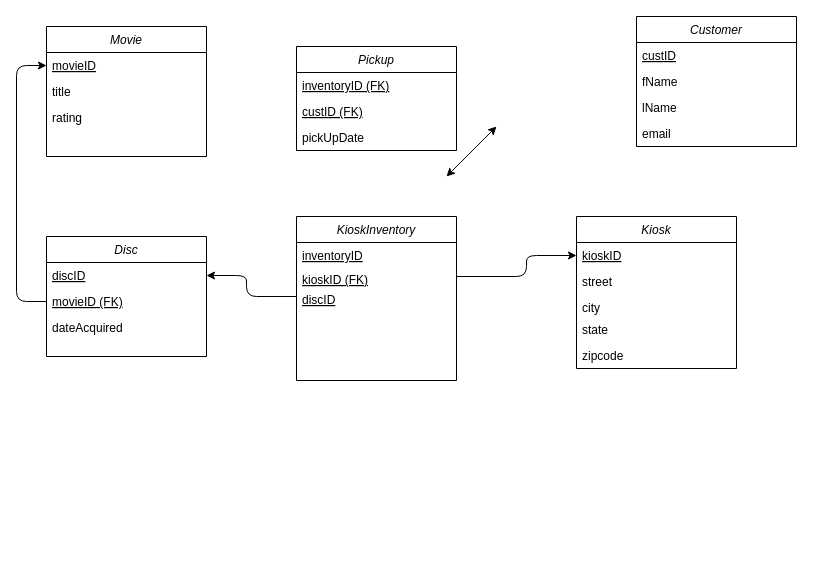
Above: HW2.drawio in greermp/7212 (draw.io), before the change. Source tidied: cells renumbered, new cells numbered last; positions are measured from the earlier drawing's top-left corner, leaving out a move shared by most shapes. Both pictures are drawn from the tidied source at 100%, with x=0, y=0 at pixel (16, 16).
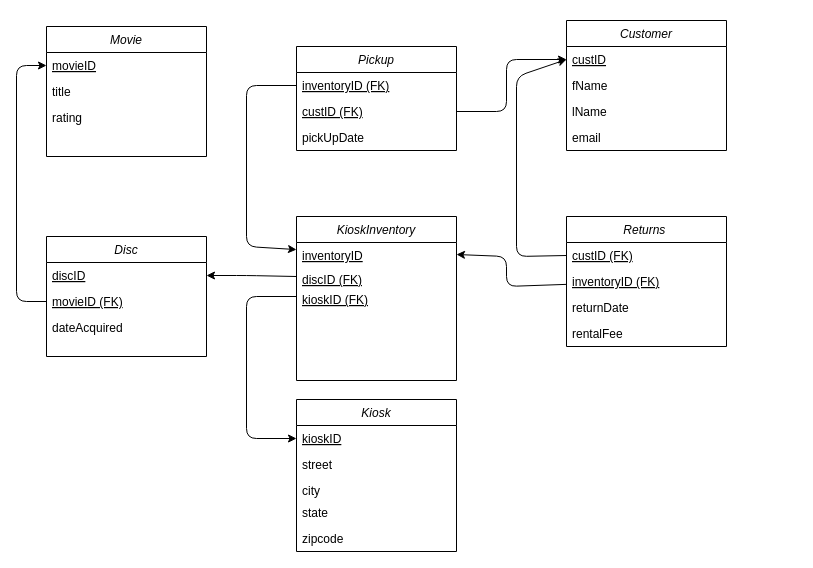
The same diagram, later.

Unchanged cells that the change refers to:
```xml
<mxCell id="6" value="KioskInventory" style="swimlane;fontStyle=2;align=center;verticalAlign=top;horizontal=1;startSize=26;rounded=0;shadow=0;strokeWidth=1;" parent="1" vertex="1">
  <mxGeometry x="280" y="200" width="160" height="164" as="geometry" />
</mxCell>
<mxCell id="7" value="inventoryID" style="text;align=left;verticalAlign=top;spacingLeft=4;spacingRight=4;overflow=hidden;points=[[0,0.5],[1,0.5]];portConstraint=eastwest;fontStyle=4;" parent="6" vertex="1">
  <mxGeometry y="26" width="160" height="24" as="geometry" />
</mxCell>
<mxCell id="11" value="custID" style="text;align=left;verticalAlign=top;spacingLeft=4;spacingRight=4;overflow=hidden;points=[[0,0.5],[1,0.5]];portConstraint=eastwest;fontStyle=4;" parent="10" vertex="1">
  <mxGeometry y="26" width="160" height="26" as="geometry" />
</mxCell>
<mxCell id="16" value="discID" style="text;align=left;verticalAlign=top;spacingLeft=4;spacingRight=4;overflow=hidden;points=[[0,0.5],[1,0.5]];portConstraint=eastwest;fontStyle=4;" parent="15" vertex="1">
  <mxGeometry y="26" width="160" height="26" as="geometry" />
</mxCell>
<mxCell id="22" value="kioskID" style="text;align=left;verticalAlign=top;spacingLeft=4;spacingRight=4;overflow=hidden;points=[[0,0.5],[1,0.5]];portConstraint=eastwest;fontStyle=4;" parent="21" vertex="1">
  <mxGeometry y="26" width="160" height="26" as="geometry" />
</mxCell>
<mxCell id="30" value="inventoryID (FK)" style="text;align=left;verticalAlign=top;spacingLeft=4;spacingRight=4;overflow=hidden;points=[[0,0.5],[1,0.5]];portConstraint=eastwest;fontStyle=4;" parent="29" vertex="1">
  <mxGeometry y="26" width="160" height="26" as="geometry" />
</mxCell>
```

Diff of the diagram source:
```diff
@@
+    <mxCell id="9" value="discID (FK)" style="text;align=left;verticalAlign=top;spacingLeft=4;spacingRight=4;overflow=hidden;points=[[0,0.5],[1,0.5]];portConstraint=eastwest;fontStyle=4;" parent="6" vertex="1">
+      <mxGeometry y="50" width="160" height="20" as="geometry" />
+    </mxCell>
     <mxCell id="8" value="kioskID (FK)&#10;" style="text;align=left;verticalAlign=top;spacingLeft=4;spacingRight=4;overflow=hidden;points=[[0,0.5],[1,0.5]];portConstraint=eastwest;fontStyle=4;" parent="6" vertex="1">
-      <mxGeometry y="50" width="160" height="20" as="geometry" />
+      <mxGeometry y="70" width="160" height="20" as="geometry" />
     </mxCell>
-    <mxCell id="9" value="discID" style="text;align=left;verticalAlign=top;spacingLeft=4;spacingRight=4;overflow=hidden;points=[[0,0.5],[1,0.5]];portConstraint=eastwest;fontStyle=4;" parent="6" vertex="1">
-      <mxGeometry y="70" width="160" height="20" as="geometry" />
-    </mxCell>
     <mxCell id="10" value="Customer" style="swimlane;fontStyle=2;align=center;verticalAlign=top;horizontal=1;startSize=26;rounded=0;shadow=0;strokeWidth=1;" parent="1" vertex="1">
-      <mxGeometry x="620" width="160" height="130" as="geometry" />
+      <mxGeometry x="550" y="4" width="160" height="130" as="geometry" />
     </mxCell>
@@
-    <mxCell id="19" style="endArrow=classic;startArrow=classic;html=1;" parent="1" edge="1">
-      <mxGeometry relative="1" as="geometry">
-        <mxPoint x="430" y="160" as="sourcePoint" />
-        <mxPoint x="480" y="110" as="targetPoint" />
-      </mxGeometry>
-    </mxCell>
@@
     <mxCell id="21" value="Kiosk" style="swimlane;fontStyle=2;align=center;verticalAlign=top;horizontal=1;startSize=26;rounded=0;shadow=0;strokeWidth=1;" parent="1" vertex="1">
-      <mxGeometry x="560" y="200" width="160" height="152" as="geometry" />
+      <mxGeometry x="280" y="383" width="160" height="152" as="geometry" />
     </mxCell>
@@
     <mxCell id="27" style="endArrow=classic;html=1;entryX=1;entryY=0.5;entryDx=0;entryDy=0;exitX=0;exitY=0.5;exitDx=0;exitDy=0;" parent="1" edge="1" source="9" target="16">
       <mxGeometry relative="1" as="geometry">
         <Array as="points">
-          <mxPoint x="230" y="280" />
           <mxPoint x="230" y="259" />
         </Array>
       </mxGeometry>
     </mxCell>
-    <mxCell id="28" style="endArrow=classic;html=1;exitX=1;exitY=0.5;exitDx=0;exitDy=0;entryX=0;entryY=0.5;entryDx=0;entryDy=0;" parent="1" edge="1" source="8" target="22">
+    <mxCell id="28" style="endArrow=classic;html=1;exitX=0;exitY=0.5;exitDx=0;exitDy=0;entryX=0;entryY=0.5;entryDx=0;entryDy=0;" parent="1" edge="1" source="8" target="22">
       <mxGeometry relative="1" as="geometry">
         <Array as="points">
-          <mxPoint x="510" y="260" />
-          <mxPoint x="510" y="239" />
+          <mxPoint x="230" y="280" />
+          <mxPoint x="230" y="422" />
         </Array>
       </mxGeometry>
     </mxCell>
@@
+    <mxCell id="33" style="endArrow=classic;html=1;exitX=0;exitY=0.5;exitDx=0;exitDy=0;" parent="1" edge="1" source="30" target="7">
+      <mxGeometry relative="1" as="geometry">
+        <Array as="points">
+          <mxPoint x="230" y="69" />
+          <mxPoint x="230" y="230" />
+        </Array>
+      </mxGeometry>
+    </mxCell>
+    <mxCell id="34" style="endArrow=classic;html=1;entryX=0;entryY=0.5;entryDx=0;entryDy=0;" parent="1" edge="1" target="11">
+      <mxGeometry relative="1" as="geometry">
+        <mxPoint x="440" y="95" as="sourcePoint" />
+        <Array as="points">
+          <mxPoint x="490" y="95" />
+          <mxPoint x="490" y="43" />
+        </Array>
+      </mxGeometry>
+    </mxCell>
+    <mxCell id="35" value="Returns " style="swimlane;fontStyle=2;align=center;verticalAlign=top;horizontal=1;startSize=26;rounded=0;shadow=0;strokeWidth=1;" parent="1" vertex="1">
+      <mxGeometry x="550" y="200" width="160" height="130" as="geometry" />
+    </mxCell>
+    <mxCell id="36" value="custID (FK)" style="text;align=left;verticalAlign=top;spacingLeft=4;spacingRight=4;overflow=hidden;points=[[0,0.5],[1,0.5]];portConstraint=eastwest;rounded=0;shadow=0;html=0;fontStyle=4;" parent="35" vertex="1">
+      <mxGeometry y="26" width="160" height="26" as="geometry" />
+    </mxCell>
+    <mxCell id="37" value="inventoryID (FK)" style="text;align=left;verticalAlign=top;spacingLeft=4;spacingRight=4;overflow=hidden;points=[[0,0.5],[1,0.5]];portConstraint=eastwest;fontStyle=4;" parent="35" vertex="1">
+      <mxGeometry y="52" width="160" height="26" as="geometry" />
+    </mxCell>
+    <mxCell id="38" value="returnDate&#10;" style="text;align=left;verticalAlign=top;spacingLeft=4;spacingRight=4;overflow=hidden;rounded=0;shadow=0;html=0;" parent="35" vertex="1">
+      <mxGeometry y="78" width="160" height="26" as="geometry" />
+    </mxCell>
+    <mxCell id="39" value="rentalFee" style="text;align=left;verticalAlign=top;spacingLeft=4;spacingRight=4;overflow=hidden;rounded=0;shadow=0;html=0;" parent="35" vertex="1">
+      <mxGeometry y="104" width="160" height="26" as="geometry" />
+    </mxCell>
+    <mxCell id="40" style="endArrow=classic;html=1;exitX=0;exitY=0.5;exitDx=0;exitDy=0;entryX=0;entryY=0.5;entryDx=0;entryDy=0;" parent="1" edge="1" source="36" target="11">
+      <mxGeometry relative="1" as="geometry">
+        <Array as="points">
+          <mxPoint x="500" y="240" />
+          <mxPoint x="500" y="60" />
+        </Array>
+      </mxGeometry>
+    </mxCell>
+    <mxCell id="41" style="endArrow=classic;html=1;entryX=1;entryY=0.5;entryDx=0;entryDy=0;" parent="1" edge="1" source="37" target="7">
+      <mxGeometry relative="1" as="geometry">
+        <Array as="points">
+          <mxPoint x="490" y="270" />
+          <mxPoint x="490" y="240" />
+        </Array>
+      </mxGeometry>
+    </mxCell>
```
